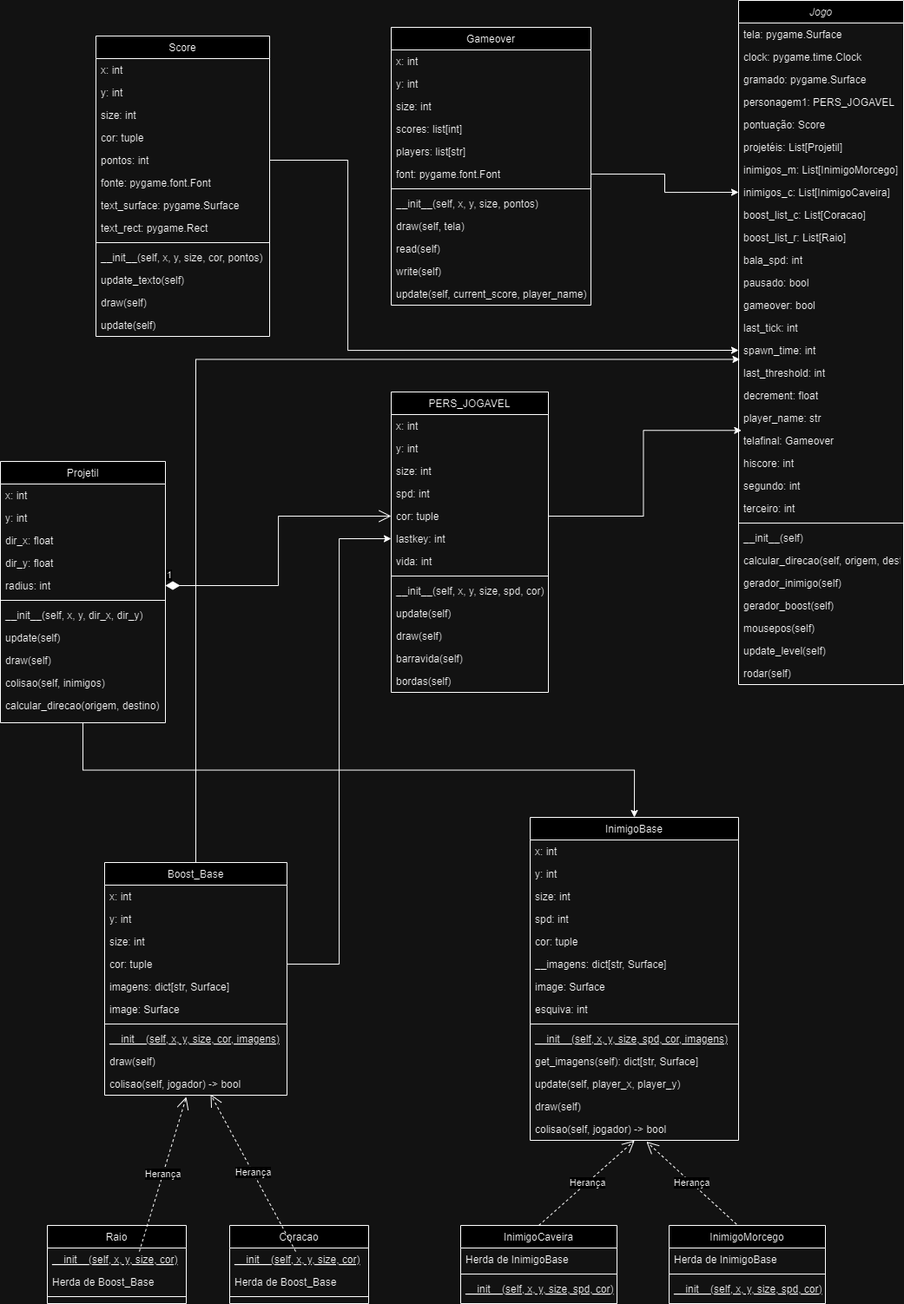
Earlier version of the draw.io export TRABALHO 2 DE O.O/Diagrama UML.png (PedroLemosMariano/Jogo_PYGAME). Source tidied: cells renumbered, new cells last; positions are measured from the earlier drawing's top-left corner, leaving out a move shared by most shapes.
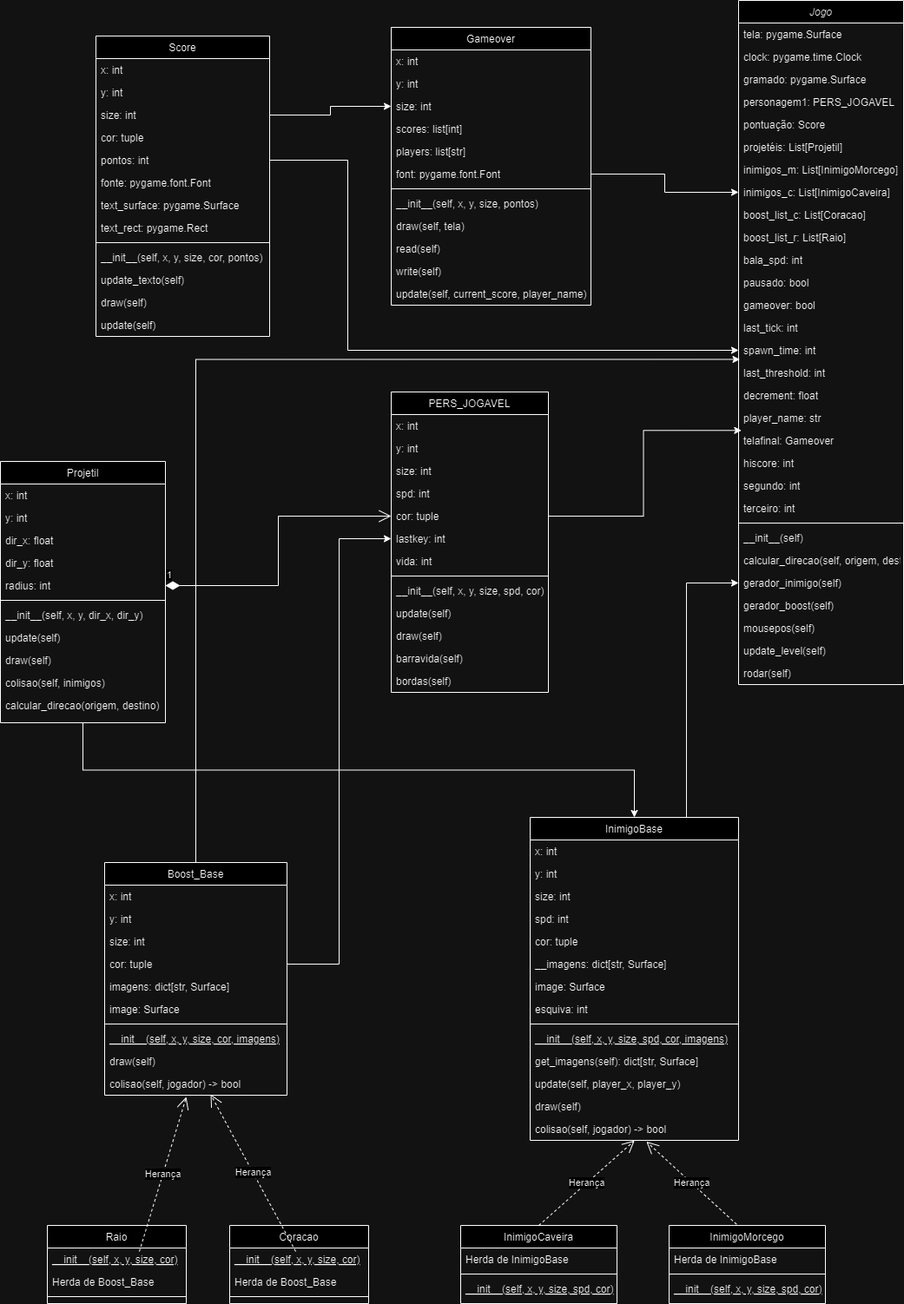
Later version of the same file.

Diff of the diagram source:
```diff
@@ -95,6 +95,9 @@
     <mxCell id="32" value="rodar(self)" style="text;align=left;verticalAlign=top;spacingLeft=4;spacingRight=4;overflow=hidden;" parent="2" vertex="1">
       <mxGeometry y="762" width="190" height="26" as="geometry" />
     </mxCell>
+    <mxCell id="139" style="edgeStyle=orthogonalEdgeStyle;rounded=0;jettySize=auto;html=1;exitX=0.75;exitY=0;exitDx=0;exitDy=0;entryX=0;entryY=0.5;entryDx=0;entryDy=0;" parent="1" edge="1" source="33" target="28">
+      <mxGeometry relative="1" as="geometry" />
+    </mxCell>
     <mxCell id="33" value="InimigoBase" style="swimlane;fontStyle=0;align=center;verticalAlign=top;horizontal=1;startSize=26;rounded=0;shadow=0;strokeWidth=1;" parent="1" vertex="1">
       <mxGeometry x="610" y="941" width="240" height="372" as="geometry" />
     </mxCell>
@@ -422,5 +425,8 @@
     <mxCell id="138" value="1" style="endArrow=open;html=1;endSize=12;startArrow=diamondThin;startSize=14;startFill=1;edgeStyle=orthogonalEdgeStyle;align=left;verticalAlign=bottom;rounded=0;exitX=1;exitY=0.5;exitDx=0;exitDy=0;entryX=0;entryY=0.5;entryDx=0;entryDy=0;" parent="1" edge="1" source="112" target="53">
       <mxGeometry x="-1" y="3" relative="1" as="geometry" />
     </mxCell>
+    <mxCell id="140" style="edgeStyle=orthogonalEdgeStyle;rounded=0;jettySize=auto;html=1;exitX=1;exitY=0.5;exitDx=0;exitDy=0;entryX=0;entryY=0.5;entryDx=0;entryDy=0;" parent="1" edge="1" source="122" target="65">
+      <mxGeometry relative="1" as="geometry" />
+    </mxCell>
   </root>
 </mxGraphModel>
```
